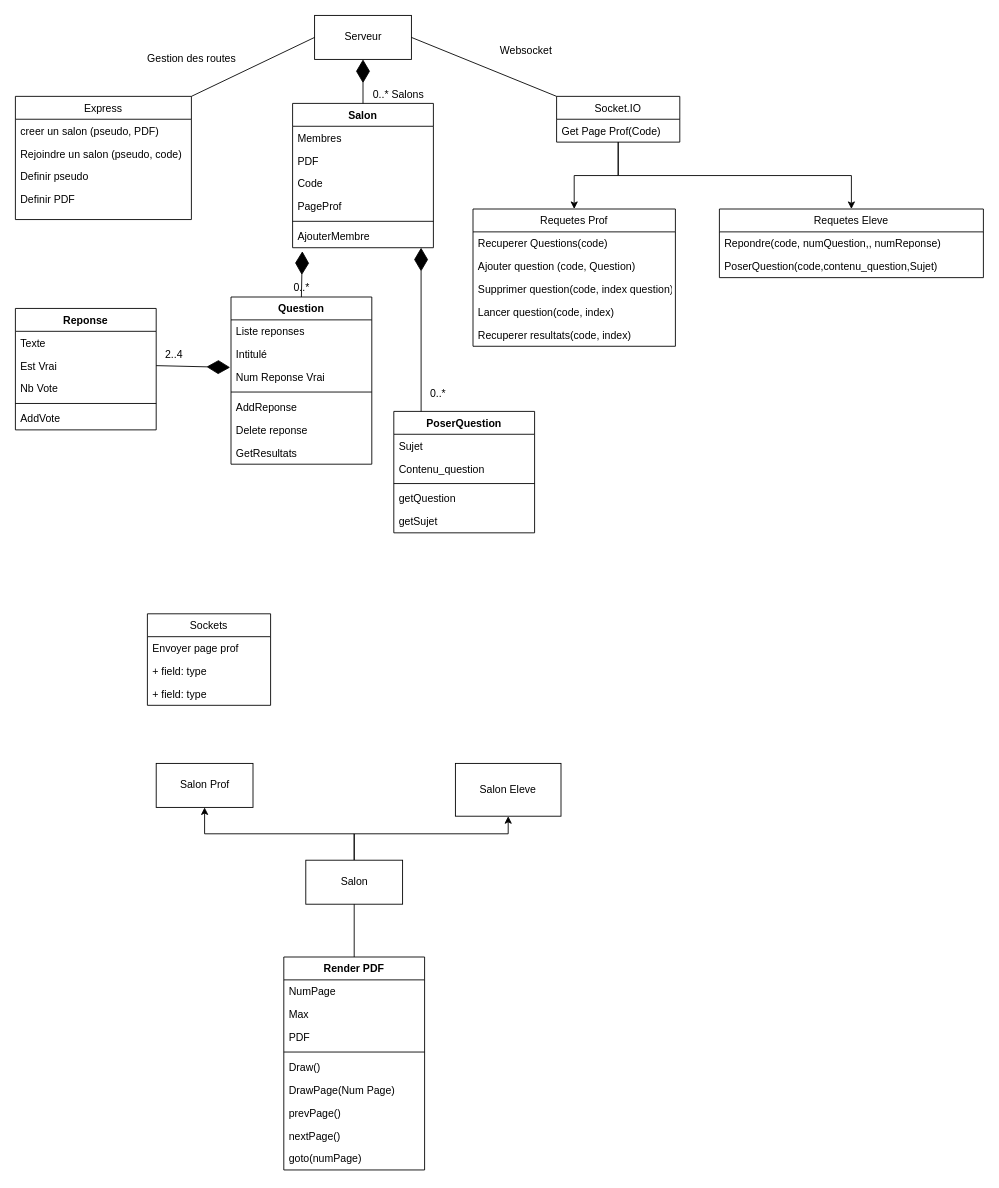
Above: docs/diagram_de_classe.drawio in ProbablyClem/ShareMyPDF (draw.io), before the change. Source tidied: cells renumbered, new cells numbered last; positions are measured from the earlier drawing's top-left corner, leaving out a move shared by most shapes. Both pictures are drawn from the tidied source at 88%, with x=0, y=0 at pixel (15, 15).
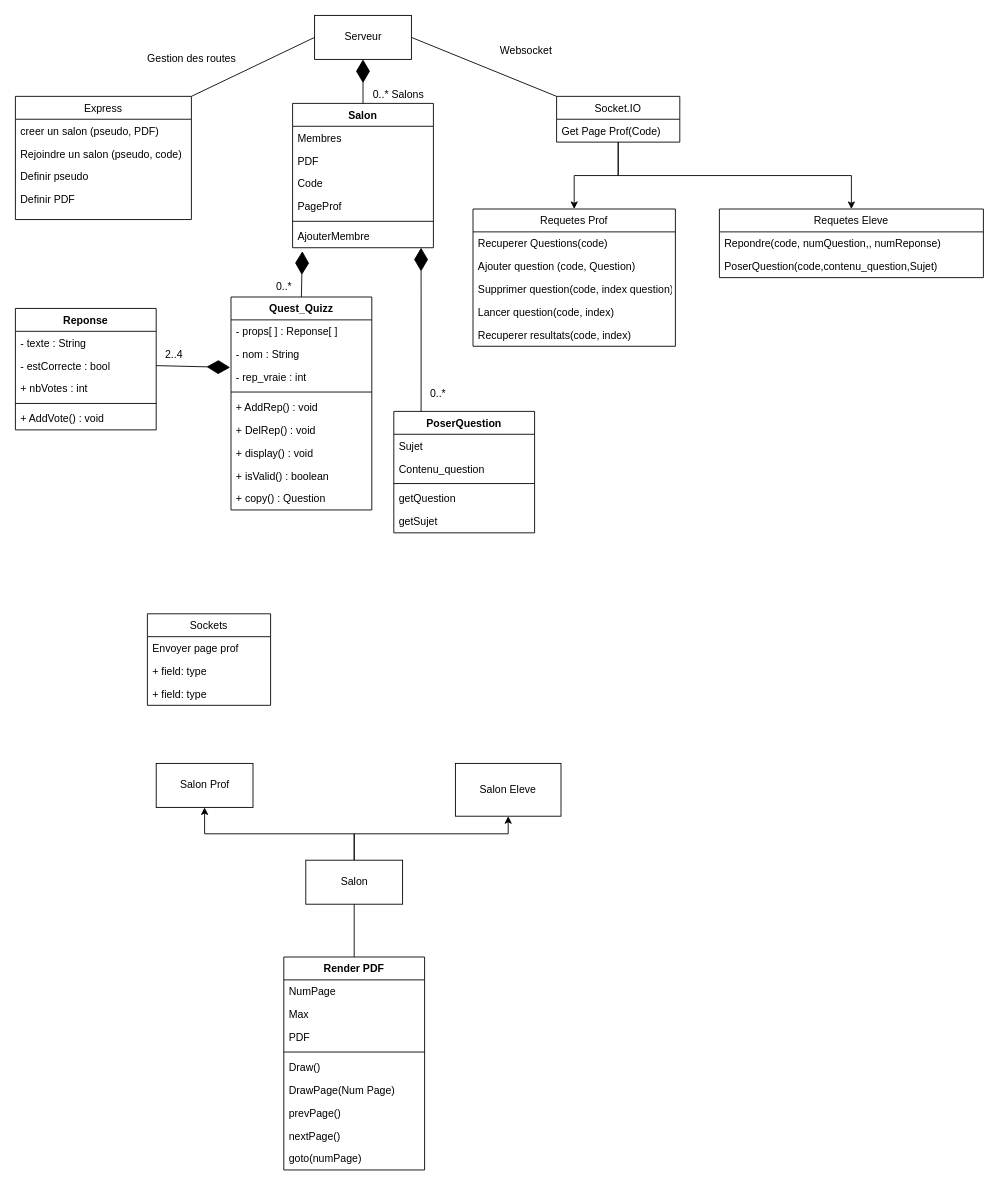
The same diagram, later.

Commit message (it also covers changes not shown here):
Diagramme de classe Quizz

The change refers to these unchanged cells:
```xml
<mxCell id="31" value="Reponse" style="swimlane;fontStyle=1;align=center;verticalAlign=top;horizontal=1;startSize=26;" parent="1" vertex="1">
  <mxGeometry y="333" width="160" height="138" as="geometry" />
</mxCell>
```

The edit, as a diff of the source:
```diff
@@
-    <mxCell id="23" value="Question" style="swimlane;fontStyle=1;align=center;verticalAlign=top;horizontal=1;startSize=26;" parent="1" vertex="1">
-      <mxGeometry x="245" y="320" width="160" height="190" as="geometry" />
+    <mxCell id="23" value="Quest_Quizz" style="swimlane;fontStyle=1;align=center;verticalAlign=top;horizontal=1;startSize=26;" parent="1" vertex="1">
+      <mxGeometry x="245" y="320" width="160" height="242" as="geometry" />
     </mxCell>
-    <mxCell id="24" value="Liste reponses" style="text;strokeColor=none;fillColor=none;align=left;verticalAlign=top;spacingLeft=4;spacingRight=4;overflow=hidden;" parent="23" vertex="1">
+    <mxCell id="24" value="- props[ ] : Reponse[ ]" style="text;strokeColor=none;fillColor=none;align=left;verticalAlign=top;spacingLeft=4;spacingRight=4;overflow=hidden;" parent="23" vertex="1">
       <mxGeometry y="26" width="160" height="26" as="geometry" />
     </mxCell>
-    <mxCell id="25" value="Intitulé" style="text;strokeColor=none;fillColor=none;align=left;verticalAlign=top;spacingLeft=4;spacingRight=4;overflow=hidden;" parent="23" vertex="1">
+    <mxCell id="25" value="- nom : String" style="text;strokeColor=none;fillColor=none;align=left;verticalAlign=top;spacingLeft=4;spacingRight=4;overflow=hidden;" parent="23" vertex="1">
       <mxGeometry y="52" width="160" height="26" as="geometry" />
     </mxCell>
-    <mxCell id="26" value="Num Reponse Vrai" style="text;strokeColor=none;fillColor=none;align=left;verticalAlign=top;spacingLeft=4;spacingRight=4;overflow=hidden;points=[[0,0.5],[1,0.5]];portConstraint=eastwest;" parent="23" vertex="1">
+    <mxCell id="26" value="- rep_vraie : int" style="text;strokeColor=none;fillColor=none;align=left;verticalAlign=top;spacingLeft=4;spacingRight=4;overflow=hidden;points=[[0,0.5],[1,0.5]];portConstraint=eastwest;" parent="23" vertex="1">
       <mxGeometry y="78" width="160" height="26" as="geometry" />
     </mxCell>
@@
-    <mxCell id="28" value="AddReponse" style="text;strokeColor=none;fillColor=none;align=left;verticalAlign=top;spacingLeft=4;spacingRight=4;overflow=hidden;" parent="23" vertex="1">
+    <mxCell id="28" value="+ AddRep() : void" style="text;strokeColor=none;fillColor=none;align=left;verticalAlign=top;spacingLeft=4;spacingRight=4;overflow=hidden;" parent="23" vertex="1">
       <mxGeometry y="112" width="160" height="26" as="geometry" />
     </mxCell>
-    <mxCell id="29" value="Delete reponse" style="text;strokeColor=none;fillColor=none;align=left;verticalAlign=top;spacingLeft=4;spacingRight=4;overflow=hidden;" parent="23" vertex="1">
+    <mxCell id="29" value="+ DelRep() : void" style="text;strokeColor=none;fillColor=none;align=left;verticalAlign=top;spacingLeft=4;spacingRight=4;overflow=hidden;" parent="23" vertex="1">
       <mxGeometry y="138" width="160" height="26" as="geometry" />
     </mxCell>
-    <mxCell id="30" value="GetResultats" style="text;strokeColor=none;fillColor=none;align=left;verticalAlign=top;spacingLeft=4;spacingRight=4;overflow=hidden;" parent="23" vertex="1">
+    <mxCell id="30" value="+ display() : void&#10;" style="text;strokeColor=none;fillColor=none;align=left;verticalAlign=top;spacingLeft=4;spacingRight=4;overflow=hidden;" parent="23" vertex="1">
       <mxGeometry y="164" width="160" height="26" as="geometry" />
     </mxCell>
+    <mxCell id="80" value="+ isValid() : boolean" style="text;strokeColor=none;fillColor=none;align=left;verticalAlign=top;spacingLeft=4;spacingRight=4;overflow=hidden;" parent="23" vertex="1">
+      <mxGeometry y="190" width="160" height="26" as="geometry" />
+    </mxCell>
+    <mxCell id="81" value="+ copy() : Question" style="text;strokeColor=none;fillColor=none;align=left;verticalAlign=top;spacingLeft=4;spacingRight=4;overflow=hidden;" parent="23" vertex="1">
+      <mxGeometry y="216" width="160" height="26" as="geometry" />
+    </mxCell>
@@
-    <mxCell id="32" value="Texte" style="text;strokeColor=none;fillColor=none;align=left;verticalAlign=top;spacingLeft=4;spacingRight=4;overflow=hidden;" parent="31" vertex="1">
+    <mxCell id="32" value="- texte : String" style="text;strokeColor=none;fillColor=none;align=left;verticalAlign=top;spacingLeft=4;spacingRight=4;overflow=hidden;" parent="31" vertex="1">
       <mxGeometry y="26" width="160" height="26" as="geometry" />
     </mxCell>
-    <mxCell id="33" value="Est Vrai" style="text;strokeColor=none;fillColor=none;align=left;verticalAlign=top;spacingLeft=4;spacingRight=4;overflow=hidden;points=[[0,0.5],[1,0.5]];portConstraint=eastwest;" parent="31" vertex="1">
+    <mxCell id="33" value="- estCorrecte : bool" style="text;strokeColor=none;fillColor=none;align=left;verticalAlign=top;spacingLeft=4;spacingRight=4;overflow=hidden;points=[[0,0.5],[1,0.5]];portConstraint=eastwest;" parent="31" vertex="1">
       <mxGeometry y="52" width="160" height="26" as="geometry" />
     </mxCell>
-    <mxCell id="34" value="Nb Vote" style="text;strokeColor=none;fillColor=none;align=left;verticalAlign=top;spacingLeft=4;spacingRight=4;overflow=hidden;" parent="31" vertex="1">
+    <mxCell id="34" value="+ nbVotes : int" style="text;strokeColor=none;fillColor=none;align=left;verticalAlign=top;spacingLeft=4;spacingRight=4;overflow=hidden;" parent="31" vertex="1">
       <mxGeometry y="78" width="160" height="26" as="geometry" />
     </mxCell>
@@
-    <mxCell id="36" value="AddVote" style="text;strokeColor=none;fillColor=none;align=left;verticalAlign=top;spacingLeft=4;spacingRight=4;overflow=hidden;" parent="31" vertex="1">
+    <mxCell id="36" value="+ AddVote() : void" style="text;strokeColor=none;fillColor=none;align=left;verticalAlign=top;spacingLeft=4;spacingRight=4;overflow=hidden;" parent="31" vertex="1">
       <mxGeometry y="112" width="160" height="26" as="geometry" />
     </mxCell>
@@
     <mxCell id="49" value="0..*" style="text;html=1;align=center;verticalAlign=middle;" parent="1" vertex="1">
-      <mxGeometry x="310" y="300" width="30" height="20" as="geometry" />
+      <mxGeometry x="290" y="298" width="30" height="20" as="geometry" />
     </mxCell>
```
